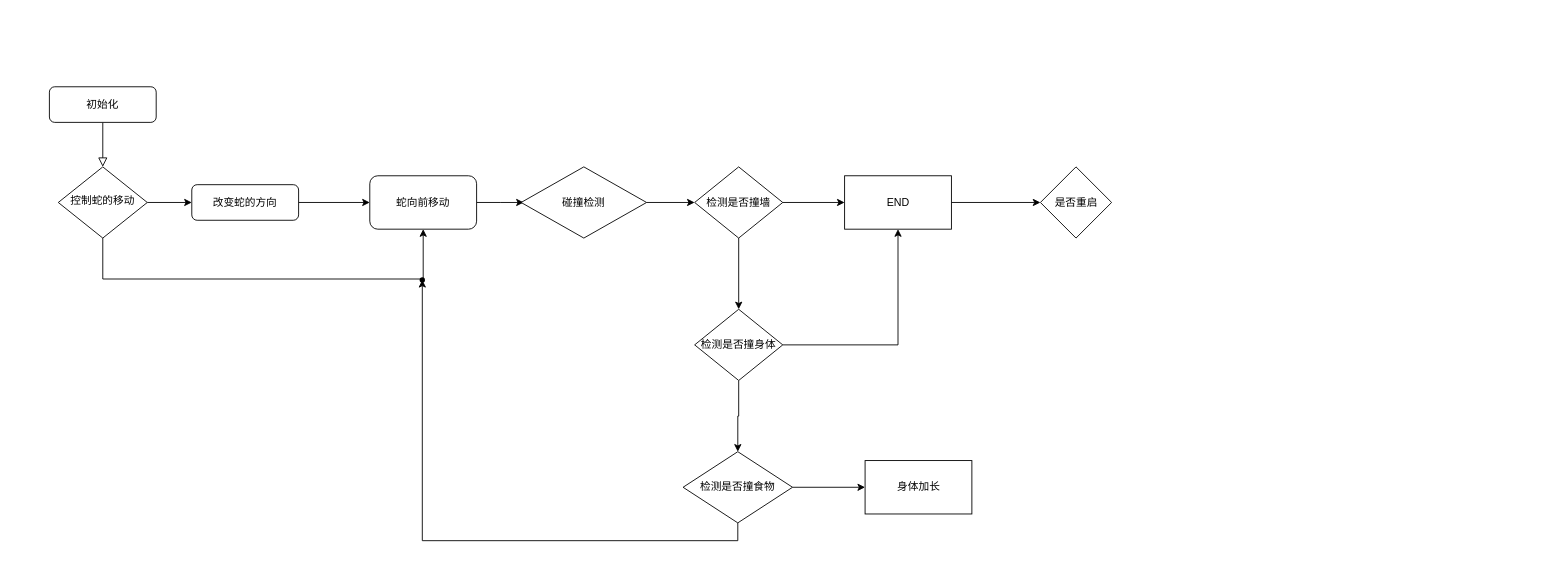
The draw.io diagram 未命名绘图.drawio in JayPhoenix-aco/jay, before the edit. Source tidied: cells renumbered, new cells numbered last; positions are measured from the earlier drawing's top-left corner, leaving out a move shared by most shapes. Both pictures are drawn from the tidied source at 89%, with x=0, y=0 at pixel (49, 86).
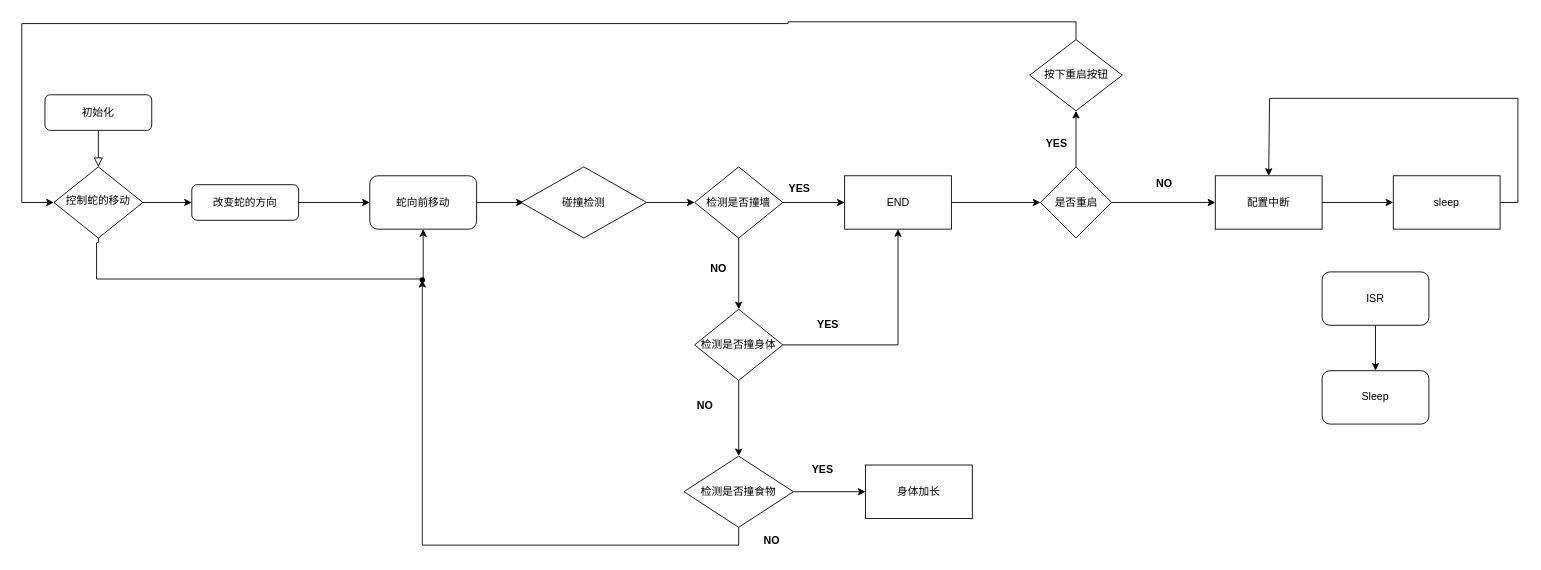
The same diagram, later.

Commit message:
贪吃蛇逻辑.drawio

The change refers to these unchanged cells:
```xml
<mxCell id="10" value="蛇向前移动" style="whiteSpace=wrap;html=1;rounded=1;glass=0;strokeWidth=1;shadow=0;" parent="1" vertex="1">
  <mxGeometry x="360" y="100" width="120" height="60" as="geometry" />
</mxCell>
<mxCell id="26" value="是否重启" style="rhombus;whiteSpace=wrap;html=1;" parent="1" vertex="1">
  <mxGeometry x="1113.5" y="90" width="80" height="80" as="geometry" />
</mxCell>
```

Diff of the diagram source:
```diff
@@
     <mxCell id="3" value="初始化" style="rounded=1;whiteSpace=wrap;html=1;fontSize=12;glass=0;strokeWidth=1;shadow=0;" parent="1" vertex="1">
-      <mxGeometry width="120" height="40" as="geometry" />
+      <mxGeometry x="-5" y="9" width="120" height="40" as="geometry" />
     </mxCell>
-    <mxCell id="4" style="edgeStyle=orthogonalEdgeStyle;rounded=0;jettySize=auto;html=1;entryX=0.5;entryY=1;entryDx=0;entryDy=0;" parent="1" edge="1" source="6" target="10">
+    <mxCell id="4" style="edgeStyle=orthogonalEdgeStyle;rounded=0;jettySize=auto;html=1;entryX=0.5;entryY=1;entryDx=0;entryDy=0;exitX=0.5;exitY=1;exitDx=0;exitDy=0;" parent="1" edge="1" source="6" target="10">
       <mxGeometry relative="1" as="geometry">
         <Array as="points">
-          <mxPoint x="60" y="216" />
+          <mxPoint x="55" y="175" />
+          <mxPoint x="53" y="175" />
+          <mxPoint x="53" y="216" />
           <mxPoint x="420" y="216" />
         </Array>
       </mxGeometry>
     </mxCell>
@@
     <mxCell id="6" value="控制蛇的移动" style="rhombus;whiteSpace=wrap;html=1;shadow=0;fontFamily=Helvetica;fontSize=12;align=center;strokeWidth=1;spacing=6;spacingTop=-4;" parent="1" vertex="1">
-      <mxGeometry x="10" y="90" width="100" height="80" as="geometry" />
+      <mxGeometry x="5" y="90" width="100" height="80" as="geometry" />
     </mxCell>
@@
     <mxCell id="23" value="检测是否撞食物" style="rhombus;whiteSpace=wrap;html=1;" parent="1" vertex="1">
-      <mxGeometry x="712" y="410" width="123" height="80" as="geometry" />
+      <mxGeometry x="713" y="415" width="123" height="80" as="geometry" />
     </mxCell>
     <mxCell id="24" value="身体加长" style="whiteSpace=wrap;html=1;" parent="1" vertex="1">
-      <mxGeometry x="916.5" y="420" width="120" height="60" as="geometry" />
+      <mxGeometry x="917" y="425" width="120" height="60" as="geometry" />
     </mxCell>
@@
+    <mxCell id="27" style="edgeStyle=orthogonalEdgeStyle;rounded=0;jettySize=auto;html=1;" parent="1" edge="1" source="26" target="41">
+      <mxGeometry relative="1" as="geometry" />
+    </mxCell>
+    <mxCell id="28" style="edgeStyle=orthogonalEdgeStyle;rounded=0;jettySize=auto;html=1;" parent="1" edge="1" source="26" target="36">
+      <mxGeometry relative="1" as="geometry" />
+    </mxCell>
@@
+    <mxCell id="29" value="&lt;b&gt;NO&lt;/b&gt;" style="text;html=1;align=center;verticalAlign=middle;whiteSpace=wrap;rounded=0;" parent="1" vertex="1">
+      <mxGeometry x="782" y="495" width="60" height="30" as="geometry" />
+    </mxCell>
+    <mxCell id="30" value="&lt;b&gt;NO&lt;/b&gt;" style="text;html=1;align=center;verticalAlign=middle;whiteSpace=wrap;rounded=0;" parent="1" vertex="1">
+      <mxGeometry x="707" y="343" width="60" height="30" as="geometry" />
+    </mxCell>
+    <mxCell id="31" value="&lt;b&gt;NO&lt;/b&gt;" style="text;html=1;align=center;verticalAlign=middle;whiteSpace=wrap;rounded=0;" parent="1" vertex="1">
+      <mxGeometry x="722" y="190" width="60" height="30" as="geometry" />
+    </mxCell>
+    <mxCell id="32" value="&lt;b&gt;YES&lt;/b&gt;" style="text;html=1;align=center;verticalAlign=middle;whiteSpace=wrap;rounded=0;" parent="1" vertex="1">
+      <mxGeometry x="839" y="415" width="60" height="30" as="geometry" />
+    </mxCell>
+    <mxCell id="33" value="&lt;b&gt;YES&lt;/b&gt;" style="text;html=1;align=center;verticalAlign=middle;whiteSpace=wrap;rounded=0;" parent="1" vertex="1">
+      <mxGeometry x="845" y="253" width="60" height="30" as="geometry" />
+    </mxCell>
+    <mxCell id="34" value="&lt;b&gt;YES&lt;/b&gt;" style="text;html=1;align=center;verticalAlign=middle;whiteSpace=wrap;rounded=0;" parent="1" vertex="1">
+      <mxGeometry x="812.5" y="100" width="60" height="30" as="geometry" />
+    </mxCell>
+    <mxCell id="35" style="edgeStyle=orthogonalEdgeStyle;rounded=0;orthogonalLoop=1;jettySize=auto;html=1;exitX=0.5;exitY=0;exitDx=0;exitDy=0;" parent="1" edge="1">
+      <mxGeometry relative="1" as="geometry">
+        <mxPoint x="1153.5" y="-53" as="sourcePoint" />
+        <mxPoint x="5" y="130" as="targetPoint" />
+        <Array as="points">
+          <mxPoint x="1154" y="-73" />
+          <mxPoint x="830" y="-73" />
+          <mxPoint x="830" y="-71" />
+          <mxPoint x="-31" y="-71" />
+        </Array>
+      </mxGeometry>
+    </mxCell>
+    <mxCell id="36" value="按下重启按钮" style="rhombus;whiteSpace=wrap;html=1;" parent="1" vertex="1">
+      <mxGeometry x="1101.5" y="-53" width="104" height="80" as="geometry" />
+    </mxCell>
+    <mxCell id="37" style="edgeStyle=orthogonalEdgeStyle;rounded=0;jettySize=auto;html=1;" parent="1" edge="1" source="38" target="39">
+      <mxGeometry relative="1" as="geometry" />
+    </mxCell>
+    <mxCell id="38" value="ISR" style="rounded=1;whiteSpace=wrap;html=1;" parent="1" vertex="1">
+      <mxGeometry x="1430" y="208" width="120" height="60" as="geometry" />
+    </mxCell>
+    <mxCell id="39" value="Sleep" style="rounded=1;whiteSpace=wrap;html=1;" parent="1" vertex="1">
+      <mxGeometry x="1430" y="319" width="120" height="60" as="geometry" />
+    </mxCell>
+    <mxCell id="40" style="edgeStyle=orthogonalEdgeStyle;rounded=0;jettySize=auto;html=1;" parent="1" edge="1" source="41" target="45">
+      <mxGeometry relative="1" as="geometry" />
+    </mxCell>
+    <mxCell id="41" value="配置中断" style="whiteSpace=wrap;html=1;" parent="1" vertex="1">
+      <mxGeometry x="1310" y="100" width="120" height="60" as="geometry" />
+    </mxCell>
+    <mxCell id="42" value="&lt;b&gt;YES&lt;/b&gt;" style="text;html=1;align=center;verticalAlign=middle;whiteSpace=wrap;rounded=0;" parent="1" vertex="1">
+      <mxGeometry x="1101.5" y="49" width="60" height="30" as="geometry" />
+    </mxCell>
+    <mxCell id="43" value="&lt;b&gt;NO&lt;/b&gt;" style="text;html=1;align=center;verticalAlign=middle;whiteSpace=wrap;rounded=0;" parent="1" vertex="1">
+      <mxGeometry x="1223" y="94" width="60" height="30" as="geometry" />
+    </mxCell>
+    <mxCell id="44" style="edgeStyle=orthogonalEdgeStyle;rounded=0;jettySize=auto;html=1;exitX=1;exitY=0.5;exitDx=0;exitDy=0;entryX=0.5;entryY=0;entryDx=0;entryDy=0;" parent="1" edge="1" source="45" target="41">
+      <mxGeometry relative="1" as="geometry">
+        <Array as="points">
+          <mxPoint x="1650" y="130" />
+          <mxPoint x="1650" y="13" />
+          <mxPoint x="1371" y="13" />
+        </Array>
+      </mxGeometry>
+    </mxCell>
+    <mxCell id="45" value="sleep" style="whiteSpace=wrap;html=1;" parent="1" vertex="1">
+      <mxGeometry x="1510" y="100" width="120" height="60" as="geometry" />
+    </mxCell>
```
